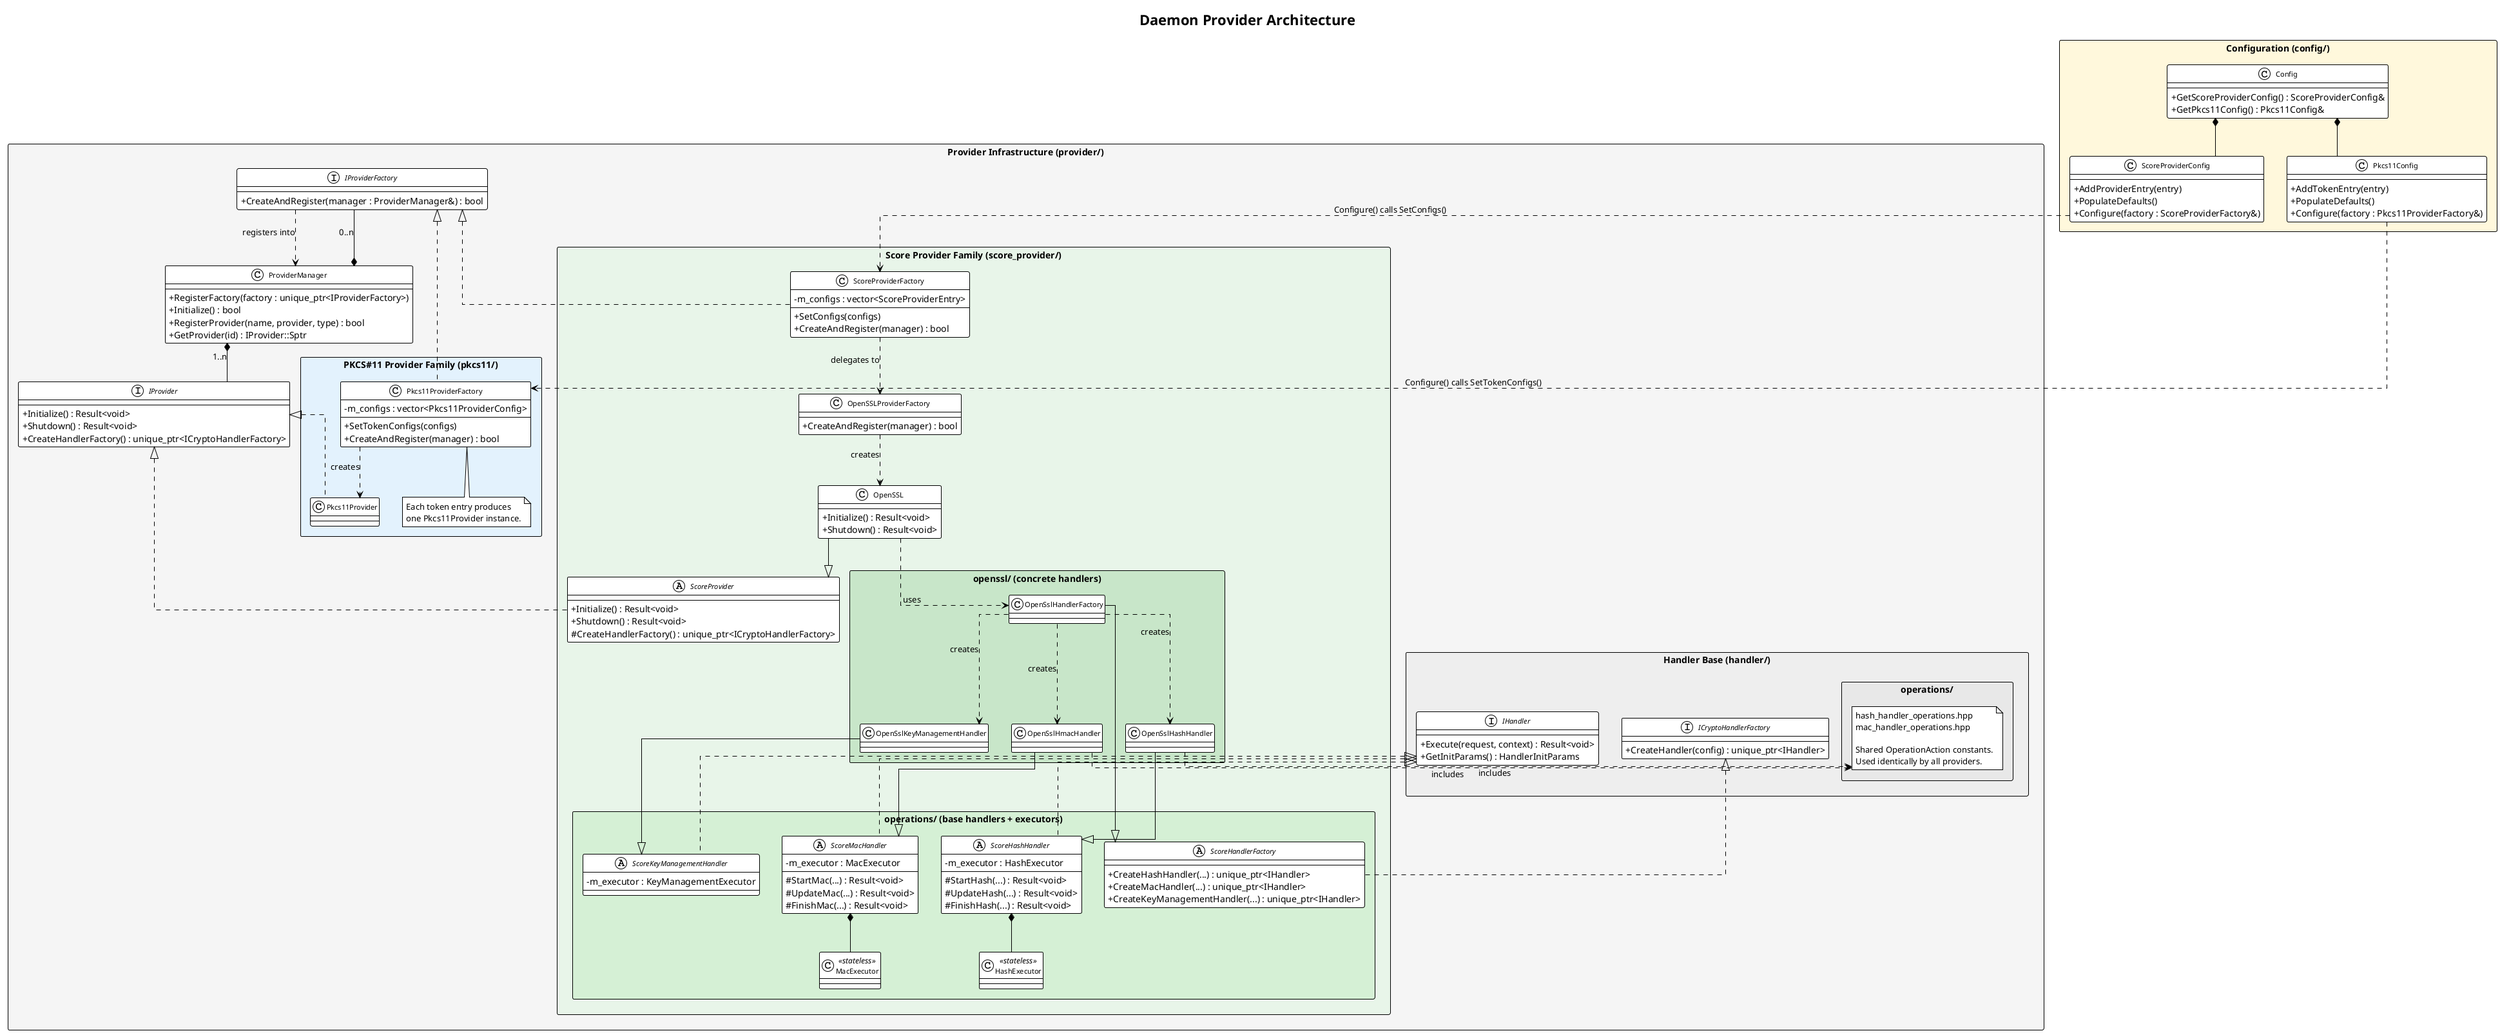
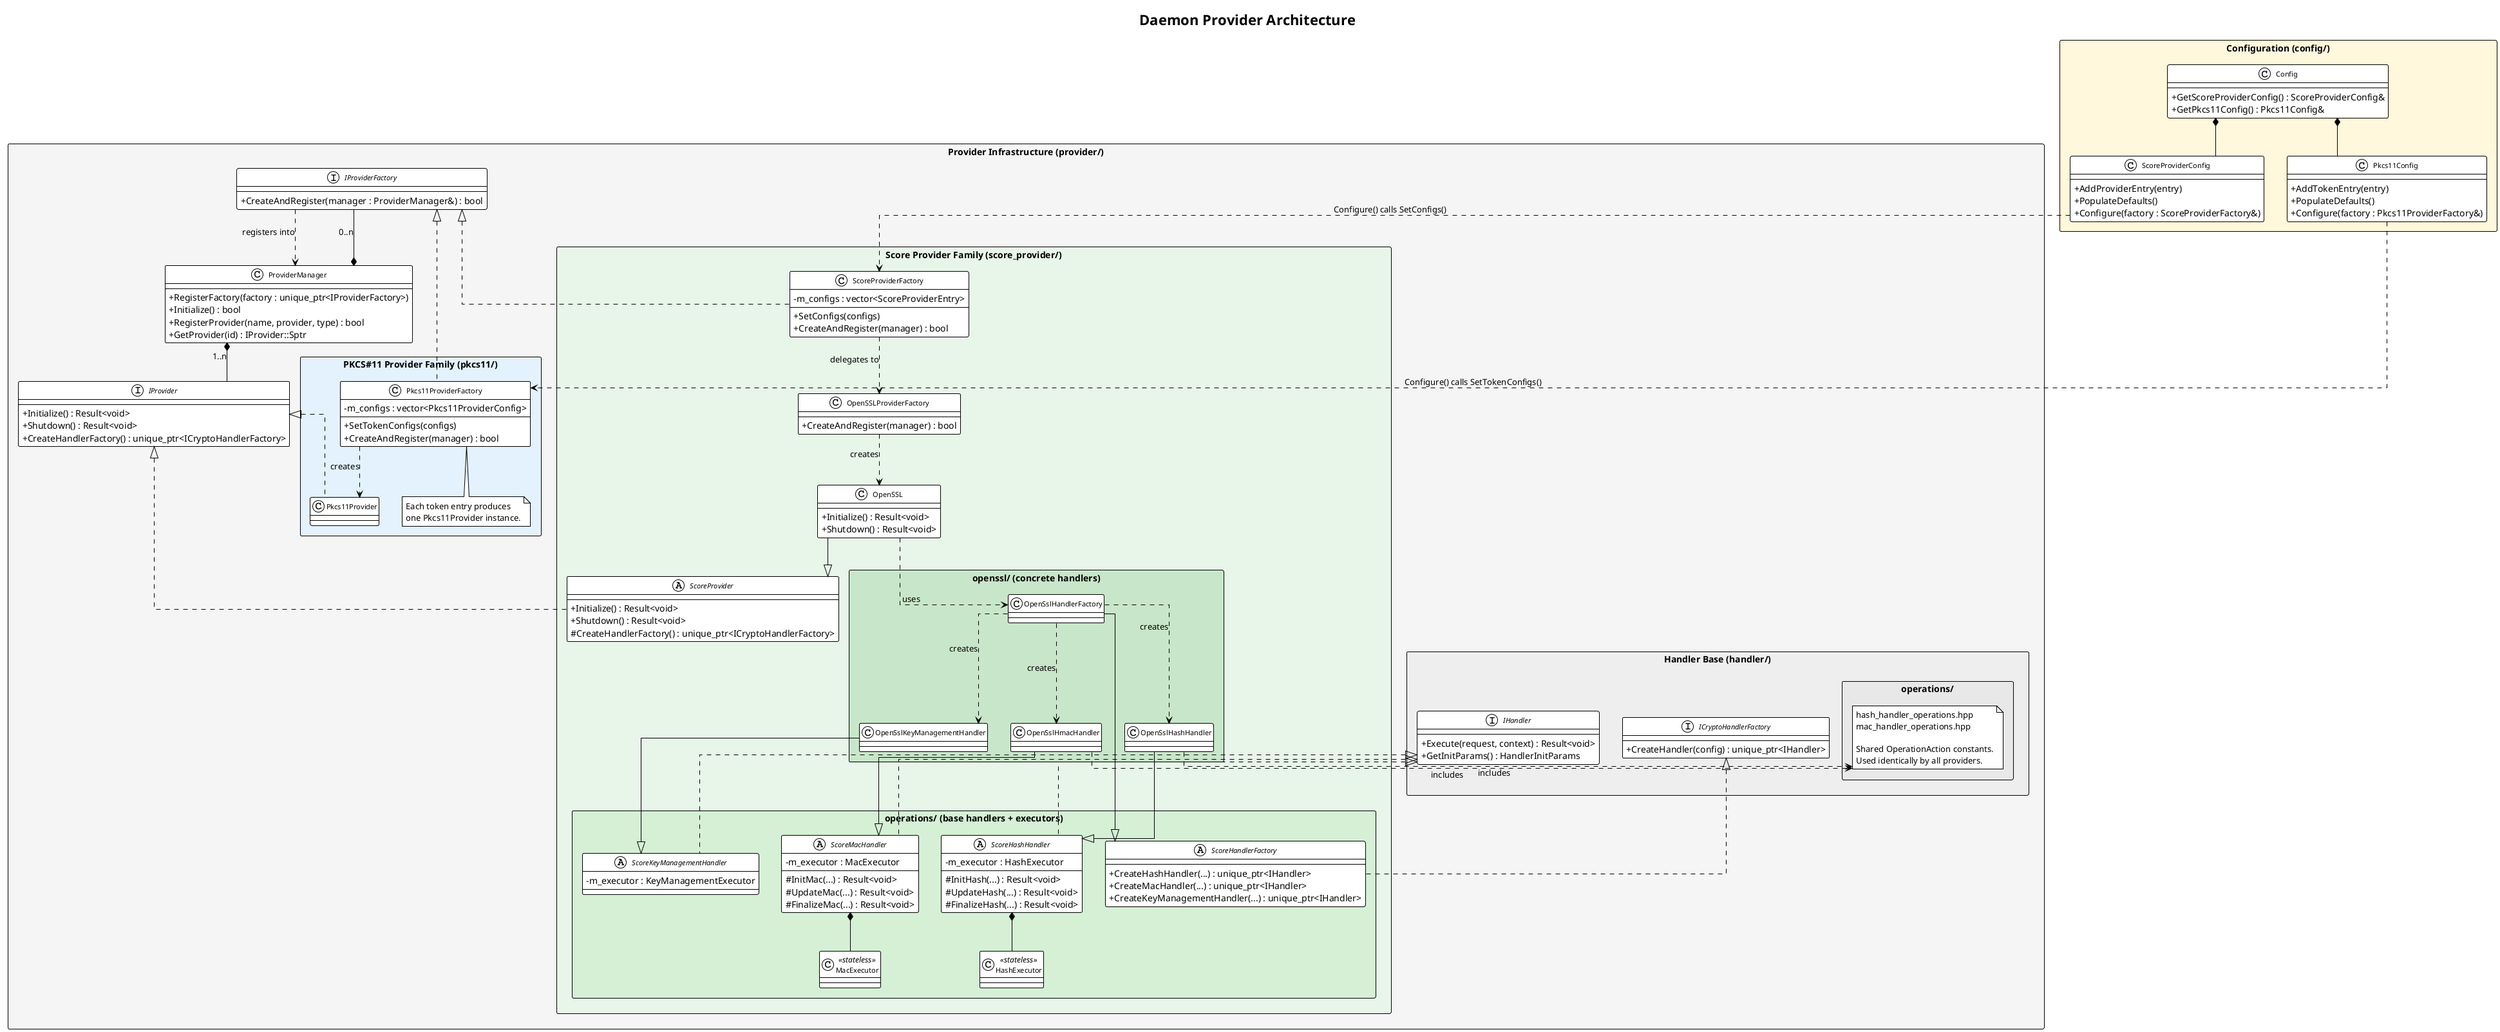
@startuml provider_architecture
!theme plain
skinparam linetype ortho
skinparam classAttributeIconSize 0
skinparam classFontSize 11
skinparam packageFontSize 12

title Daemon Provider Architecture

' ====================================================================
' CONFIGURATION LAYER
' ====================================================================
package "Configuration (config/)" <<Rectangle>> #FFF8DC {
    class Config {
        +GetScoreProviderConfig() : ScoreProviderConfig&
        +GetPkcs11Config() : Pkcs11Config&
    }

    class ScoreProviderConfig {
        +AddProviderEntry(entry)
        +PopulateDefaults()
        +Configure(factory : ScoreProviderFactory&)
    }

    class Pkcs11Config {
        +AddTokenEntry(entry)
        +PopulateDefaults()
        +Configure(factory : Pkcs11ProviderFactory&)
    }

    Config *-- ScoreProviderConfig
    Config *-- Pkcs11Config
}

' ====================================================================
' PROVIDER MANAGER
' ====================================================================
package "Provider Infrastructure (provider/)" <<Rectangle>> #F5F5F5 {

    interface IProviderFactory {
        +CreateAndRegister(manager : ProviderManager&) : bool
    }

    class ProviderManager {
        +RegisterFactory(factory : unique_ptr<IProviderFactory>)
        +Initialize() : bool
        +RegisterProvider(name, provider, type) : bool
        +GetProvider(id) : IProvider::Sptr
    }

    interface IProvider {
        +Initialize() : Result<void>
        +Shutdown() : Result<void>
        +CreateHandlerFactory() : unique_ptr<ICryptoHandlerFactory>
    }

    ProviderManager *-- IProviderFactory : 0..n
    ProviderManager *-- IProvider : 1..n
    IProviderFactory ..> ProviderManager : registers into

    ' ====================================================================
    ' HANDLER SHARED INFRASTRUCTURE
    ' ====================================================================
    package "Handler Base (handler/)" <<Rectangle>> #EEEEEE {

        interface IHandler {
            +Execute(request, context) : Result<void>
            +GetInitParams() : HandlerInitParams
        }

        interface ICryptoHandlerFactory {
            +CreateHandler(config) : unique_ptr<IHandler>
        }

        package "operations/" <<Rectangle>> #E8E8E8 {
            note "hash_handler_operations.hpp\nmac_handler_operations.hpp\n\nShared OperationAction constants.\nUsed identically by all providers." as opsNote
        }
    }

    ' ====================================================================
    ' SCORE PROVIDER FAMILY
    ' ====================================================================
    package "Score Provider Family (score_provider/)" <<Rectangle>> #E8F5E9 {

        class ScoreProviderFactory {
            -m_configs : vector<ScoreProviderEntry>
            +SetConfigs(configs)
            +CreateAndRegister(manager) : bool
        }
        ScoreProviderFactory .up.|> IProviderFactory
        ScoreProviderConfig ..> ScoreProviderFactory : Configure() calls SetConfigs()

        class OpenSSLProviderFactory {
            +CreateAndRegister(manager) : bool
        }
        ScoreProviderFactory ..> OpenSSLProviderFactory : delegates to

        abstract class ScoreProvider {
            +Initialize() : Result<void>
            +Shutdown() : Result<void>
            #CreateHandlerFactory() : unique_ptr<ICryptoHandlerFactory>
        }
        ScoreProvider .up.|> IProvider

        class OpenSSL {
            +Initialize() : Result<void>
            +Shutdown() : Result<void>
        }
        OpenSSL --|> ScoreProvider
        OpenSSLProviderFactory ..> OpenSSL : creates

        package "operations/ (base handlers + executors)" <<Rectangle>> #D5F0D5 {

            abstract class ScoreHandlerFactory {
                +CreateHashHandler(...) : unique_ptr<IHandler>
                +CreateMacHandler(...) : unique_ptr<IHandler>
                +CreateKeyManagementHandler(...) : unique_ptr<IHandler>
            }
            ScoreHandlerFactory .up.|> ICryptoHandlerFactory

            abstract class ScoreHashHandler {
-                 #StartHash(...) : Result<void>
+                 #InitHash(...) : Result<void>
                #UpdateHash(...) : Result<void>
-                 #FinishHash(...) : Result<void>
+                 #FinalizeHash(...) : Result<void>
                -m_executor : HashExecutor
            }
            ScoreHashHandler .up.|> IHandler

            abstract class ScoreMacHandler {
-                 #StartMac(...) : Result<void>
+                 #InitMac(...) : Result<void>
                #UpdateMac(...) : Result<void>
-                 #FinishMac(...) : Result<void>
+                 #FinalizeMac(...) : Result<void>
                -m_executor : MacExecutor
            }
            ScoreMacHandler .up.|> IHandler

            abstract class ScoreKeyManagementHandler {
                -m_executor : KeyManagementExecutor
            }
            ScoreKeyManagementHandler .up.|> IHandler

            class HashExecutor <<stateless>>
            class MacExecutor <<stateless>>

            ScoreHashHandler *-- HashExecutor
            ScoreMacHandler *-- MacExecutor
        }

        package "openssl/ (concrete handlers)" <<Rectangle>> #C8E6C9 {

            class OpenSslHandlerFactory
            OpenSslHandlerFactory --|> ScoreHandlerFactory

            class OpenSslHashHandler
            OpenSslHashHandler --|> ScoreHashHandler

            class OpenSslHmacHandler
            OpenSslHmacHandler --|> ScoreMacHandler

            class OpenSslKeyManagementHandler
            OpenSslKeyManagementHandler --|> ScoreKeyManagementHandler

            OpenSslHandlerFactory ..> OpenSslHashHandler : creates
            OpenSslHandlerFactory ..> OpenSslHmacHandler : creates
            OpenSslHandlerFactory ..> OpenSslKeyManagementHandler : creates
        }

        OpenSSL ..> OpenSslHandlerFactory : uses
    }

    ' ====================================================================
    ' PKCS#11 PROVIDER FAMILY
    ' ====================================================================
    package "PKCS#11 Provider Family (pkcs11/)" <<Rectangle>> #E3F2FD {

        class Pkcs11ProviderFactory {
            -m_configs : vector<Pkcs11ProviderConfig>
            +SetTokenConfigs(configs)
            +CreateAndRegister(manager) : bool
        }
        Pkcs11ProviderFactory .up.|> IProviderFactory
        Pkcs11Config ..> Pkcs11ProviderFactory : Configure() calls SetTokenConfigs()

        class Pkcs11Provider
        Pkcs11Provider .up.|> IProvider
        Pkcs11ProviderFactory ..> Pkcs11Provider : creates

        note bottom of Pkcs11ProviderFactory
          Each token entry produces
          one Pkcs11Provider instance.
        end note
    }

    ' shared ops used by both families
    OpenSslHashHandler ..> opsNote : includes
    OpenSslHmacHandler ..> opsNote : includes
}

@enduml
